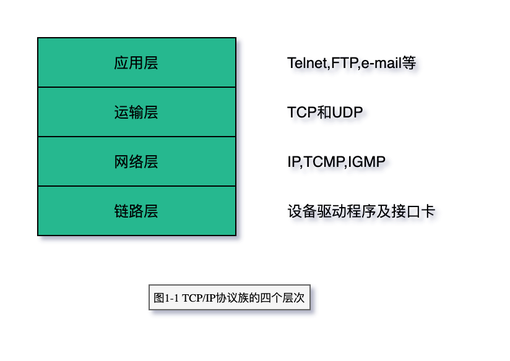
The draw.io diagram tcp-ip/TCP-IP-详解-卷1/images/TCP-IP-1-1.png in web1992/read, before a commit. Source tidied: cells renumbered, new cells last; positions are measured from the earlier drawing's top-left corner, leaving out a move shared by most shapes.
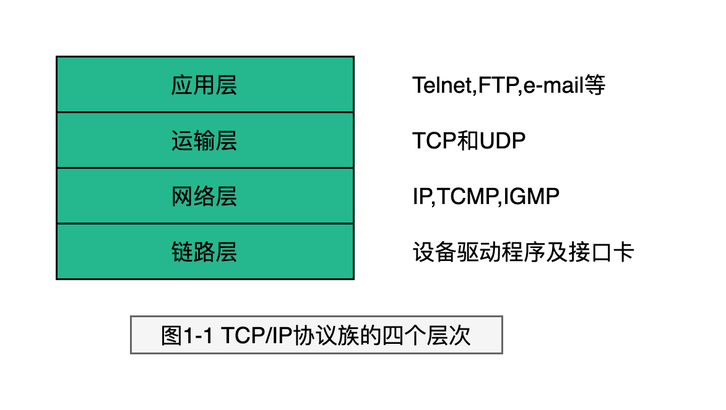
After the commit.

Change to the diagram source:
```diff
@@ -3,37 +3,31 @@
     <mxCell id="0" />
     <mxCell id="1" parent="0" />
     <mxCell id="2" value="应用层" style="rounded=0;whiteSpace=wrap;html=1;fillColor=#25B88F;" parent="1" vertex="1">
-      <mxGeometry width="160" height="40" as="geometry" />
+      <mxGeometry width="160" height="30" as="geometry" />
     </mxCell>
     <mxCell id="3" value="运输层" style="rounded=0;whiteSpace=wrap;html=1;fillColor=#25B88F;" parent="1" vertex="1">
-      <mxGeometry y="40" width="160" height="40" as="geometry" />
+      <mxGeometry y="30" width="160" height="30" as="geometry" />
     </mxCell>
-    <mxCell id="4" value="运输层" style="rounded=0;whiteSpace=wrap;html=1;fillColor=#25B88F;" parent="1" vertex="1">
-      <mxGeometry y="40" width="160" height="40" as="geometry" />
-    </mxCell>
-    <mxCell id="5" value="运输层" style="rounded=0;whiteSpace=wrap;html=1;fillColor=#25B88F;" parent="1" vertex="1">
-      <mxGeometry y="80" width="160" height="40" as="geometry" />
-    </mxCell>
     <mxCell id="6" value="网络层" style="rounded=0;whiteSpace=wrap;html=1;fillColor=#25B88F;" parent="1" vertex="1">
-      <mxGeometry y="80" width="160" height="40" as="geometry" />
+      <mxGeometry y="60" width="160" height="30" as="geometry" />
     </mxCell>
     <mxCell id="7" value="链路层" style="rounded=0;whiteSpace=wrap;html=1;fillColor=#25B88F;" parent="1" vertex="1">
-      <mxGeometry y="120" width="160" height="40" as="geometry" />
+      <mxGeometry y="90" width="160" height="30" as="geometry" />
     </mxCell>
     <mxCell id="8" value="Telnet,FTP,e-mail等" style="text;html=1;align=left;verticalAlign=middle;whiteSpace=wrap;rounded=0;" parent="1" vertex="1">
-      <mxGeometry x="200" y="10" width="110" height="20" as="geometry" />
+      <mxGeometry x="190" y="5" width="110" height="20" as="geometry" />
     </mxCell>
     <mxCell id="9" value="TCP和UDP" style="text;html=1;align=left;verticalAlign=middle;whiteSpace=wrap;rounded=0;" parent="1" vertex="1">
-      <mxGeometry x="200" y="50" width="110" height="20" as="geometry" />
+      <mxGeometry x="190" y="35" width="110" height="20" as="geometry" />
     </mxCell>
     <mxCell id="10" value="IP,TCMP,IGMP" style="text;html=1;align=left;verticalAlign=middle;whiteSpace=wrap;rounded=0;" parent="1" vertex="1">
-      <mxGeometry x="200" y="90" width="110" height="20" as="geometry" />
+      <mxGeometry x="190" y="65" width="110" height="20" as="geometry" />
     </mxCell>
     <mxCell id="11" value="&lt;p class=&quot;p1&quot; style=&quot;margin: 0px ; font-stretch: normal ; line-height: normal&quot;&gt;&lt;font style=&quot;font-size: 12px&quot;&gt;设备驱动程序及接口卡&lt;/font&gt;&lt;/p&gt;" style="text;html=1;align=left;verticalAlign=middle;whiteSpace=wrap;rounded=0;" parent="1" vertex="1">
-      <mxGeometry x="200" y="130" width="140" height="20" as="geometry" />
+      <mxGeometry x="190" y="95" width="140" height="20" as="geometry" />
     </mxCell>
-    <mxCell id="12" value="&lt;p class=&quot;p1&quot; style=&quot;margin: 0px; font-stretch: normal; font-size: 9px; line-height: normal; font-family: times;&quot;&gt;&lt;span class=&quot;s1&quot; style=&quot;font-stretch: normal ; line-height: normal ; font-family: &amp;quot;helvetica&amp;quot;&quot;&gt;图&lt;/span&gt;1-1 TCP/IP&lt;span class=&quot;s1&quot; style=&quot;font-stretch: normal ; line-height: normal ; font-family: &amp;quot;helvetica&amp;quot;&quot;&gt;协议族的四个层次&lt;/span&gt;&lt;/p&gt;" style="text;html=1;strokeColor=#666666;fillColor=#f5f5f5;align=center;verticalAlign=middle;whiteSpace=wrap;rounded=0;labelBackgroundColor=none;" parent="1" vertex="1">
-      <mxGeometry x="90" y="200" width="130" height="20" as="geometry" />
+    <mxCell id="12" value="&lt;p class=&quot;p1&quot; style=&quot;margin: 0px ; font-stretch: normal ; line-height: normal&quot;&gt;&lt;span class=&quot;s1&quot; style=&quot;font-stretch: normal ; line-height: normal&quot;&gt;图&lt;/span&gt;1-1 TCP/IP&lt;span class=&quot;s1&quot; style=&quot;font-stretch: normal ; line-height: normal&quot;&gt;协议族的四个层次&lt;/span&gt;&lt;/p&gt;" style="text;html=1;strokeColor=#666666;fillColor=#f5f5f5;align=center;verticalAlign=middle;whiteSpace=wrap;rounded=0;labelBackgroundColor=none;" parent="1" vertex="1">
+      <mxGeometry x="40" y="140" width="200" height="20" as="geometry" />
     </mxCell>
   </root>
 </mxGraphModel>
```
